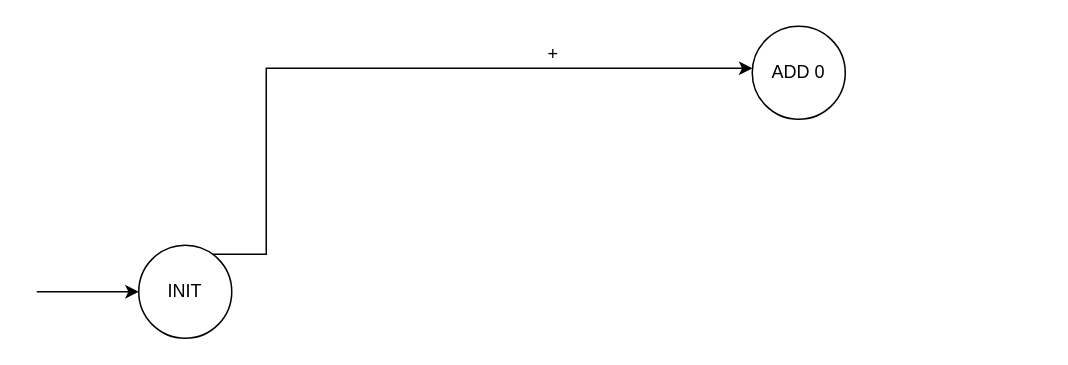
ZYNsama666/BackUp keeps this draw.io diagram as 运算符和定界符.drawio. Above is the earlier version. Source tidied: cells renumbered, new cells numbered last; positions are measured from the earlier drawing's top-left corner, leaving out a move shared by most shapes. Both pictures are drawn from the tidied source at 150%, with x=0, y=0 at pixel (36, 26).
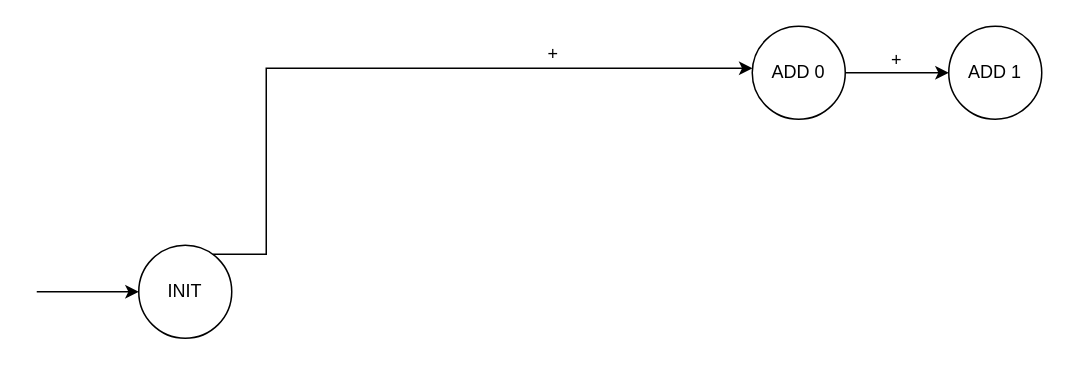
The same diagram, later.

Commit message (it also covers changes not shown here):
更新运算符和定界符.drawio

The edit, as a diff of the source:
```diff
@@
 <mxGraphModel>
   <root>
     <mxCell id="0" />
     <mxCell id="1" parent="0" />
     <mxCell id="2" style="edgeStyle=orthogonalEdgeStyle;rounded=0;jettySize=auto;html=1;" parent="1" edge="1" source="3" target="5">
       <mxGeometry relative="1" as="geometry">
         <Array as="points">
           <mxPoint x="153" y="152" />
           <mxPoint x="153" y="28" />
         </Array>
       </mxGeometry>
     </mxCell>
     <mxCell id="3" value="INIT" style="ellipse;whiteSpace=wrap;html=1;" parent="1" vertex="1">
       <mxGeometry x="68" y="146" width="62" height="62" as="geometry" />
     </mxCell>
     <mxCell id="4" style="endArrow=classic;html=1;rounded=0;" parent="1" edge="1">
       <mxGeometry relative="1" as="geometry">
         <mxPoint y="177" as="sourcePoint" />
         <mxPoint x="68" y="177" as="targetPoint" />
       </mxGeometry>
     </mxCell>
+    <mxCell id="7" style="edgeStyle=orthogonalEdgeStyle;rounded=0;jettySize=auto;html=1;" parent="1" edge="1" source="5" target="8">
+      <mxGeometry relative="1" as="geometry" />
+    </mxCell>
     <mxCell id="5" value="ADD 0" style="ellipse;whiteSpace=wrap;html=1;" parent="1" vertex="1">
       <mxGeometry x="477" width="62" height="62" as="geometry" />
     </mxCell>
     <mxCell id="6" value="+" style="text;html=1;align=center;verticalAlign=middle;strokeColor=none;fillColor=none;" parent="1" vertex="1">
       <mxGeometry x="331" y="6" width="25" height="26" as="geometry" />
     </mxCell>
+    <mxCell id="8" value="ADD 1" style="ellipse;whiteSpace=wrap;html=1;" parent="1" vertex="1">
+      <mxGeometry x="608" width="62" height="62" as="geometry" />
+    </mxCell>
+    <mxCell id="9" value="+" style="text;html=1;align=center;verticalAlign=middle;strokeColor=none;fillColor=none;" parent="1" vertex="1">
+      <mxGeometry x="560" y="10" width="25" height="26" as="geometry" />
+    </mxCell>
   </root>
 </mxGraphModel>
```
